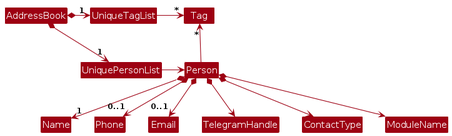
Before: diagrams/BetterModelClassDiagram.png, a diagram exported from PlantUML (SlothyCat/tp). Its source is kept beside it as diagrams/BetterModelClassDiagram.puml.
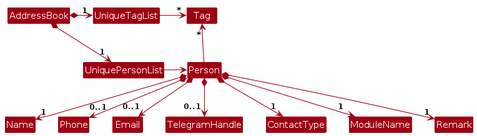
After the commit.

What changed in the source:
```diff
@@ -17,7 +17,8 @@
 Person *--> "1" Name
 Person *--> "0..1" Phone
 Person *--> "0..1" Email
-Person *--> TelegramHandle
-Person *--> ContactType
-Person *--> ModuleName
+Person *--> "0..1" TelegramHandle
+Person *--> "1" ContactType
+Person *--> "1" ModuleName
+Person *--> "1" Remark
 @enduml
```
